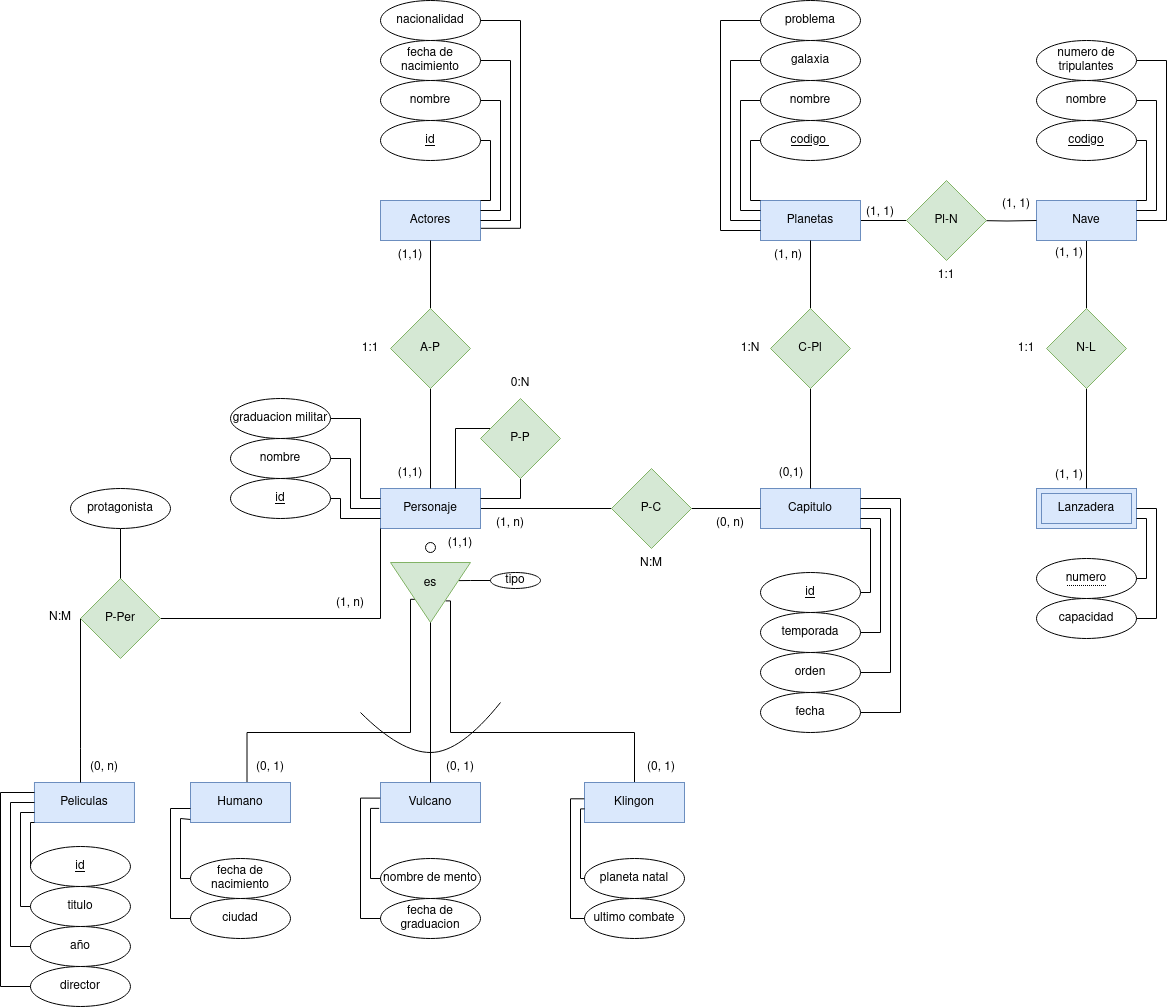
Before: Unidad_1/Tareas/Tareas_entregables/Tarea_3/Star-Trek.drawio.png, a diagram exported from draw.io (OxideVanadium/base_de_datos). Source tidied: cells renumbered, new cells last; positions are measured from the earlier drawing's top-left corner, leaving out a move shared by most shapes.
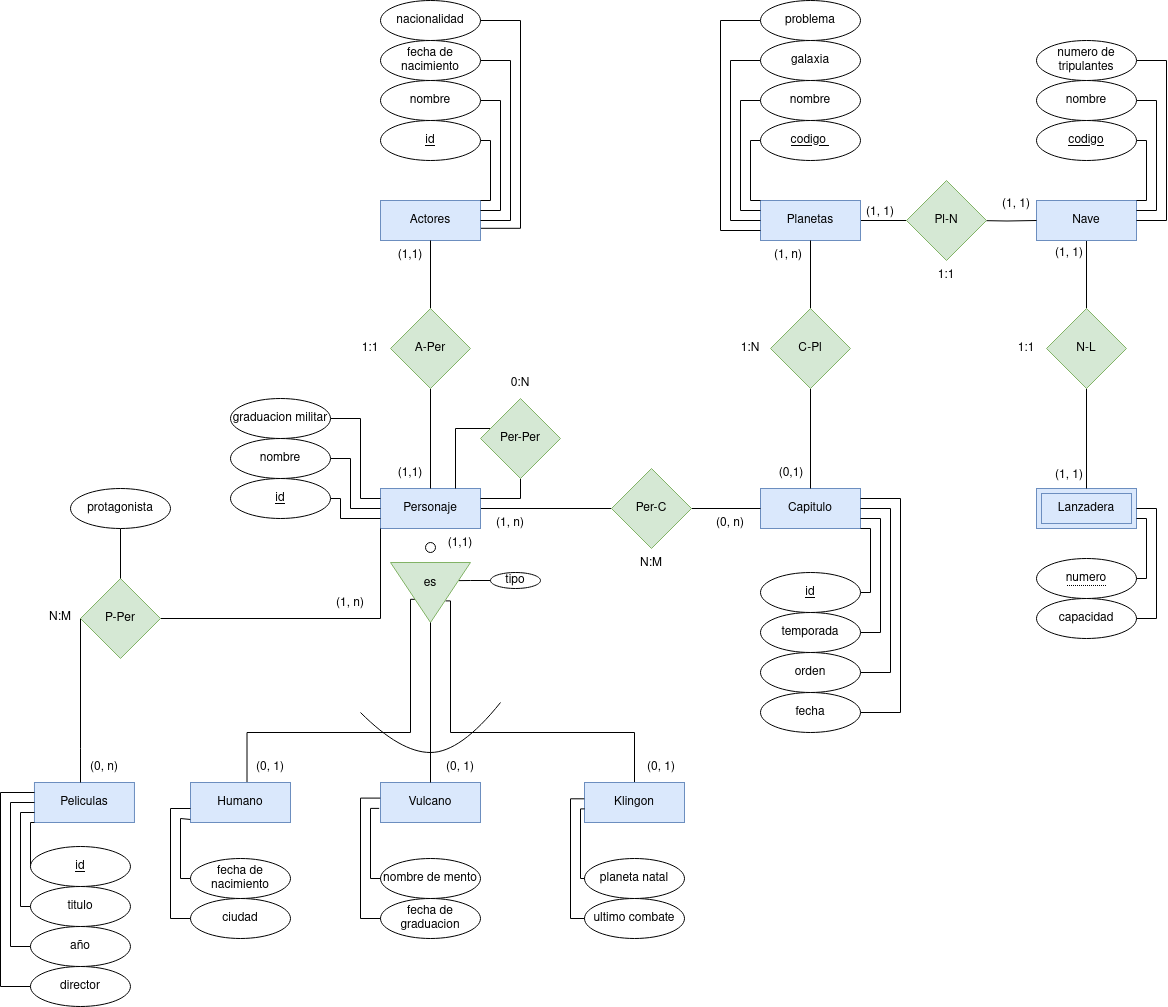
After the commit.

What changed in the source:
```diff
@@ -66,7 +66,7 @@
     <mxCell id="18" style="edgeStyle=orthogonalEdgeStyle;rounded=0;jettySize=auto;html=1;endArrow=none;endFill=0;" parent="1" edge="1" source="19" target="4">
       <mxGeometry relative="1" as="geometry" />
     </mxCell>
-    <mxCell id="19" value="A-P" style="rhombus;whiteSpace=wrap;html=1;fillColor=#d5e8d4;strokeColor=#82b366;" parent="1" vertex="1">
+    <mxCell id="19" value="A-Per" style="rhombus;whiteSpace=wrap;html=1;fillColor=#d5e8d4;strokeColor=#82b366;" parent="1" vertex="1">
       <mxGeometry x="390" y="308" width="80" height="80" as="geometry" />
     </mxCell>
     <mxCell id="20" style="triangle;whiteSpace=wrap;html=1;rotation=90;fillColor=#d5e8d4;strokeColor=#82b366;" parent="1" vertex="1">
@@ -94,7 +94,7 @@
     <mxCell id="25" style="edgeStyle=orthogonalEdgeStyle;rounded=0;jettySize=auto;html=1;endArrow=none;endFill=0;" parent="1" edge="1" source="26" target="10">
       <mxGeometry relative="1" as="geometry" />
     </mxCell>
-    <mxCell id="26" value="P-C" style="rhombus;whiteSpace=wrap;html=1;fillColor=#d5e8d4;strokeColor=#82b366;" parent="1" vertex="1">
+    <mxCell id="26" value="Per-C" style="rhombus;whiteSpace=wrap;html=1;fillColor=#d5e8d4;strokeColor=#82b366;" parent="1" vertex="1">
       <mxGeometry x="611" y="468" width="80" height="80" as="geometry" />
     </mxCell>
     <mxCell id="27" style="edgeStyle=orthogonalEdgeStyle;rounded=0;jettySize=auto;html=1;endArrow=none;endFill=0;" parent="1" edge="1" source="29" target="11">
@@ -125,7 +125,7 @@
         </Array>
       </mxGeometry>
     </mxCell>
-    <mxCell id="32" value="P-P" style="rhombus;whiteSpace=wrap;html=1;fillColor=#d5e8d4;strokeColor=#82b366;" parent="1" vertex="1">
+    <mxCell id="32" value="Per-Per" style="rhombus;whiteSpace=wrap;html=1;fillColor=#d5e8d4;strokeColor=#82b366;" parent="1" vertex="1">
       <mxGeometry x="480" y="398" width="80" height="80" as="geometry" />
     </mxCell>
     <mxCell id="33" style="edgeStyle=orthogonalEdgeStyle;rounded=0;jettySize=auto;html=1;entryX=0.5;entryY=0;entryDx=0;entryDy=0;endArrow=none;endFill=0;" parent="1" edge="1" source="35" target="10">
```
